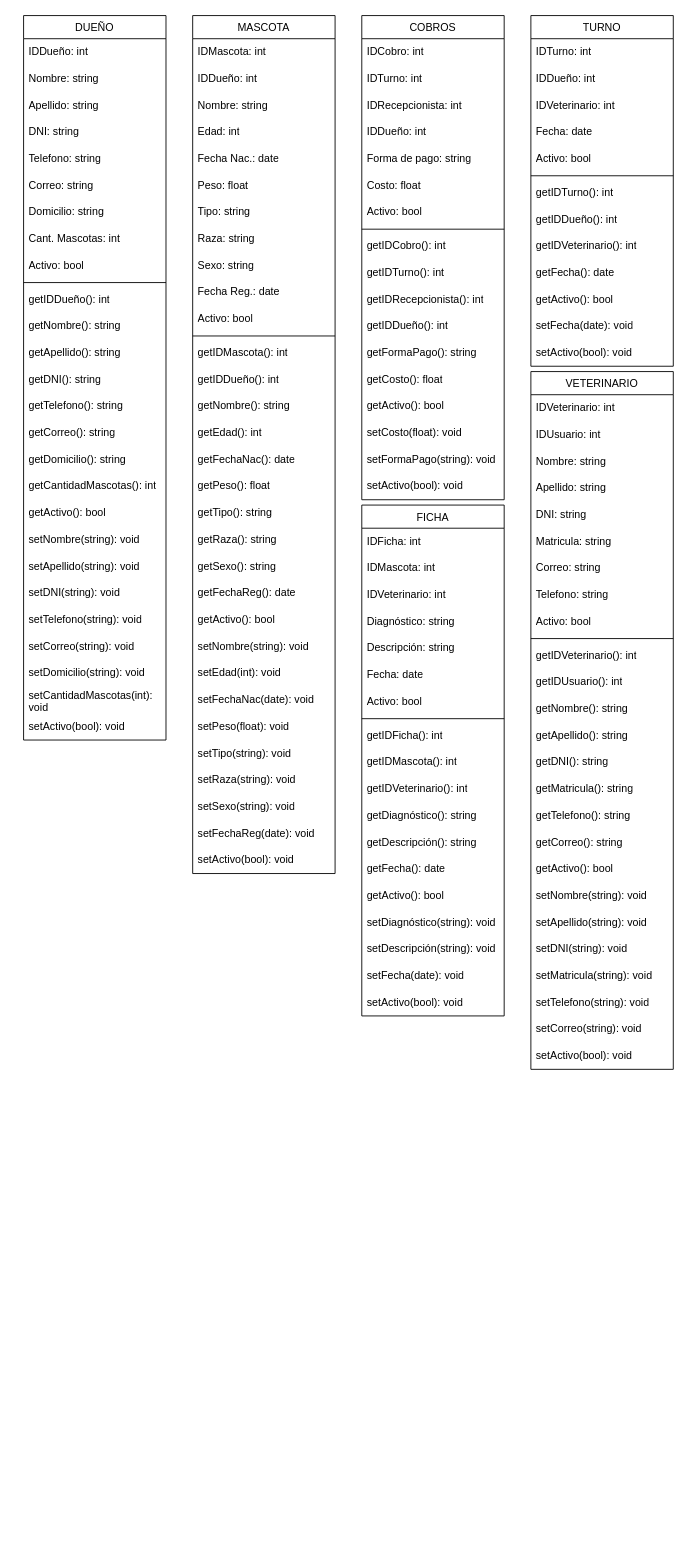
Agustinrodriguez2503/tp-integrador-equipo-7A keeps this draw.io diagram as dominio-tp-integrador-7a.drawio. Above is the earlier version. Source tidied: cells renumbered, new cells numbered last; positions are measured from the earlier drawing's top-left corner, leaving out a move shared by most shapes. Both pictures are drawn from the tidied source at 89%, with x=0, y=0 at pixel (23, 15).
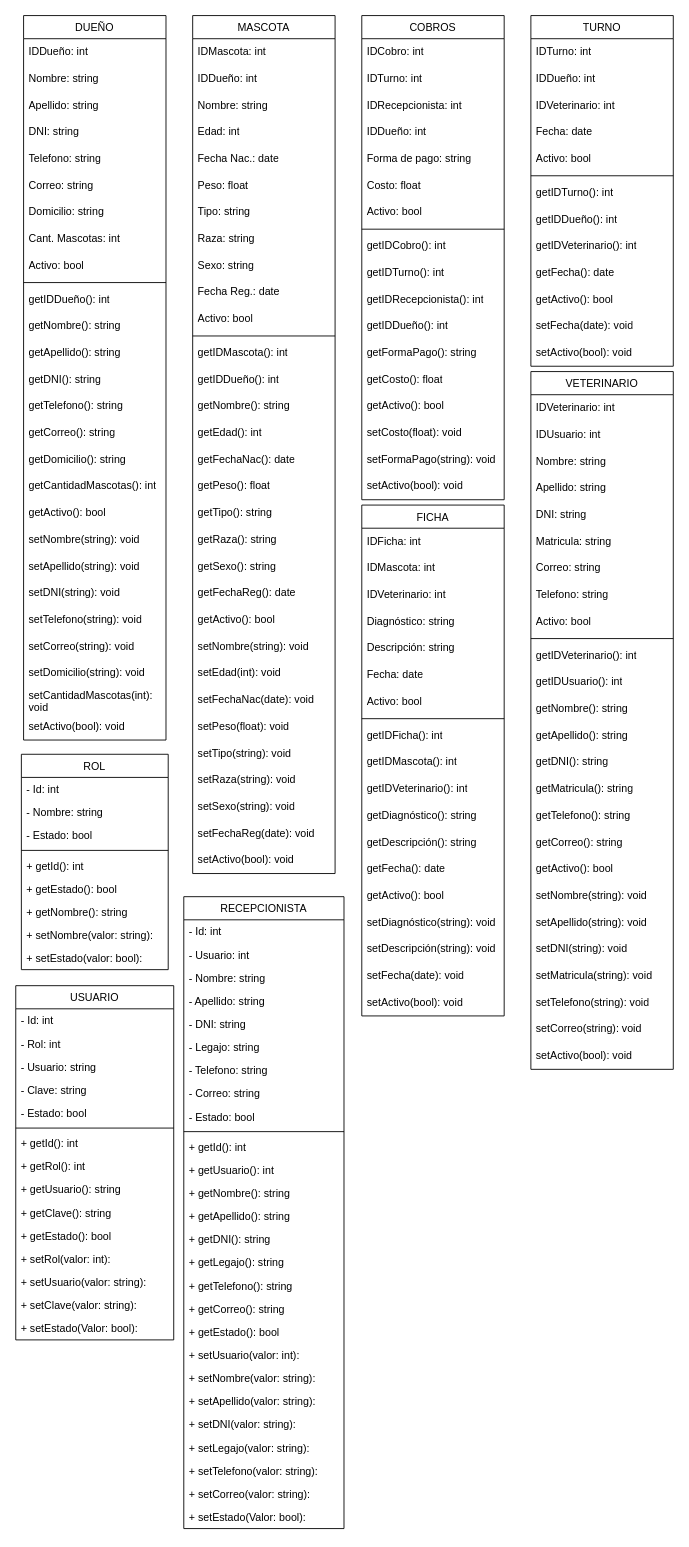
The same page after the edit.

Commit message:
Clase Rol, Usuario y Recepcionista

The edit, as a diff of the source:
```diff
@@
+    <mxCell id="143" value="ROL" style="swimlane;fontStyle=0;align=center;verticalAlign=top;horizontal=1;startSize=26;rounded=0;shadow=0;strokeWidth=1;" parent="1" vertex="1">
+      <mxGeometry x="-2.5" y="830" width="165" height="242" as="geometry" />
+    </mxCell>
+    <mxCell id="144" value="- Id: int" style="text;align=left;verticalAlign=top;spacingLeft=4;spacingRight=4;overflow=hidden;rounded=0;shadow=0;html=0;" parent="143" vertex="1">
+      <mxGeometry y="26" width="165" height="26" as="geometry" />
+    </mxCell>
+    <mxCell id="145" value="- Nombre: string" style="text;align=left;verticalAlign=top;spacingLeft=4;spacingRight=4;overflow=hidden;rounded=0;shadow=0;html=0;" parent="143" vertex="1">
+      <mxGeometry y="52" width="165" height="26" as="geometry" />
+    </mxCell>
+    <mxCell id="146" value="- Estado: bool" style="text;align=left;verticalAlign=top;spacingLeft=4;spacingRight=4;overflow=hidden;rounded=0;shadow=0;html=0;" parent="143" vertex="1">
+      <mxGeometry y="78" width="165" height="26" as="geometry" />
+    </mxCell>
+    <mxCell id="147" style="line;html=1;strokeWidth=1;align=left;verticalAlign=middle;spacingTop=-1;spacingLeft=3;spacingRight=3;labelPosition=right;" parent="143" vertex="1">
+      <mxGeometry y="104" width="165" height="8" as="geometry" />
+    </mxCell>
+    <mxCell id="148" value="+ getId(): int" style="text;align=left;verticalAlign=top;spacingLeft=4;spacingRight=4;overflow=hidden;fontStyle=0;" parent="143" vertex="1">
+      <mxGeometry y="112" width="165" height="26" as="geometry" />
+    </mxCell>
+    <mxCell id="149" value="+ getEstado(): bool" style="text;align=left;verticalAlign=top;spacingLeft=4;spacingRight=4;overflow=hidden;fontStyle=0;" parent="143" vertex="1">
+      <mxGeometry y="138" width="165" height="26" as="geometry" />
+    </mxCell>
+    <mxCell id="150" value="+ getNombre(): string" style="text;align=left;verticalAlign=top;spacingLeft=4;spacingRight=4;overflow=hidden;" parent="143" vertex="1">
+      <mxGeometry y="164" width="165" height="26" as="geometry" />
+    </mxCell>
+    <mxCell id="151" value="+ setNombre(valor: string): " style="text;align=left;verticalAlign=top;spacingLeft=4;spacingRight=4;overflow=hidden;" parent="143" vertex="1">
+      <mxGeometry y="190" width="165" height="26" as="geometry" />
+    </mxCell>
+    <mxCell id="152" value="+ setEstado(valor: bool):" style="text;align=left;verticalAlign=top;spacingLeft=4;spacingRight=4;overflow=hidden;" parent="143" vertex="1">
+      <mxGeometry y="216" width="165" height="26" as="geometry" />
+    </mxCell>
+    <mxCell id="153" value="USUARIO" style="swimlane;fontStyle=0;align=center;verticalAlign=top;horizontal=1;startSize=26;rounded=0;shadow=0;strokeWidth=1;" parent="1" vertex="1">
+      <mxGeometry x="-8.8" y="1090" width="177.5" height="398" as="geometry" />
+    </mxCell>
+    <mxCell id="154" value="- Id: int" style="text;align=left;verticalAlign=top;spacingLeft=4;spacingRight=4;overflow=hidden;rounded=0;shadow=0;html=0;" parent="153" vertex="1">
+      <mxGeometry y="26" width="177.5" height="26" as="geometry" />
+    </mxCell>
+    <mxCell id="155" value="- Rol: int" style="text;align=left;verticalAlign=top;spacingLeft=4;spacingRight=4;overflow=hidden;rounded=0;shadow=0;html=0;" parent="153" vertex="1">
+      <mxGeometry y="52" width="177.5" height="26" as="geometry" />
+    </mxCell>
+    <mxCell id="156" value="- Usuario: string" style="text;align=left;verticalAlign=top;spacingLeft=4;spacingRight=4;overflow=hidden;rounded=0;shadow=0;html=0;" parent="153" vertex="1">
+      <mxGeometry y="78" width="177.5" height="26" as="geometry" />
+    </mxCell>
+    <mxCell id="157" value="- Clave: string" style="text;align=left;verticalAlign=top;spacingLeft=4;spacingRight=4;overflow=hidden;rounded=0;shadow=0;html=0;" parent="153" vertex="1">
+      <mxGeometry y="104" width="177.5" height="26" as="geometry" />
+    </mxCell>
+    <mxCell id="158" value="- Estado: bool" style="text;align=left;verticalAlign=top;spacingLeft=4;spacingRight=4;overflow=hidden;rounded=0;shadow=0;html=0;" parent="153" vertex="1">
+      <mxGeometry y="130" width="177.5" height="26" as="geometry" />
+    </mxCell>
+    <mxCell id="159" style="line;html=1;strokeWidth=1;align=left;verticalAlign=middle;spacingTop=-1;spacingLeft=3;spacingRight=3;labelPosition=right;" parent="153" vertex="1">
+      <mxGeometry y="156" width="177.5" height="8" as="geometry" />
+    </mxCell>
+    <mxCell id="160" value="+ getId(): int" style="text;align=left;verticalAlign=top;spacingLeft=4;spacingRight=4;overflow=hidden;fontStyle=0;" parent="153" vertex="1">
+      <mxGeometry y="164" width="177.5" height="26" as="geometry" />
+    </mxCell>
+    <mxCell id="161" value="+ getRol(): int" style="text;align=left;verticalAlign=top;spacingLeft=4;spacingRight=4;overflow=hidden;fontStyle=0;" parent="153" vertex="1">
+      <mxGeometry y="190" width="177.5" height="26" as="geometry" />
+    </mxCell>
+    <mxCell id="162" value="+ getUsuario(): string" style="text;align=left;verticalAlign=top;spacingLeft=4;spacingRight=4;overflow=hidden;" parent="153" vertex="1">
+      <mxGeometry y="216" width="177.5" height="26" as="geometry" />
+    </mxCell>
+    <mxCell id="163" value="+ getClave(): string" style="text;align=left;verticalAlign=top;spacingLeft=4;spacingRight=4;overflow=hidden;" parent="153" vertex="1">
+      <mxGeometry y="242" width="177.5" height="26" as="geometry" />
+    </mxCell>
+    <mxCell id="164" value="+ getEstado(): bool" style="text;align=left;verticalAlign=top;spacingLeft=4;spacingRight=4;overflow=hidden;fontStyle=0;" parent="153" vertex="1">
+      <mxGeometry y="268" width="177.5" height="26" as="geometry" />
+    </mxCell>
+    <mxCell id="165" value="+ setRol(valor: int):" style="text;align=left;verticalAlign=top;spacingLeft=4;spacingRight=4;overflow=hidden;" parent="153" vertex="1">
+      <mxGeometry y="294" width="177.5" height="26" as="geometry" />
+    </mxCell>
+    <mxCell id="166" value="+ setUsuario(valor: string): " style="text;align=left;verticalAlign=top;spacingLeft=4;spacingRight=4;overflow=hidden;" parent="153" vertex="1">
+      <mxGeometry y="320" width="177.5" height="26" as="geometry" />
+    </mxCell>
+    <mxCell id="167" value="+ setClave(valor: string):" style="text;align=left;verticalAlign=top;spacingLeft=4;spacingRight=4;overflow=hidden;" parent="153" vertex="1">
+      <mxGeometry y="346" width="177.5" height="26" as="geometry" />
+    </mxCell>
+    <mxCell id="168" value="+ setEstado(Valor: bool):" style="text;align=left;verticalAlign=top;spacingLeft=4;spacingRight=4;overflow=hidden;" parent="153" vertex="1">
+      <mxGeometry y="372" width="177.5" height="26" as="geometry" />
+    </mxCell>
+    <mxCell id="169" value="RECEPCIONISTA" style="swimlane;fontStyle=0;align=center;verticalAlign=top;horizontal=1;startSize=26;rounded=0;shadow=0;strokeWidth=1;" parent="1" vertex="1">
+      <mxGeometry x="180" y="990" width="180" height="710" as="geometry" />
+    </mxCell>
+    <mxCell id="170" value="- Id: int" style="text;align=left;verticalAlign=top;spacingLeft=4;spacingRight=4;overflow=hidden;rounded=0;shadow=0;html=0;" parent="169" vertex="1">
+      <mxGeometry y="26" width="180" height="26" as="geometry" />
+    </mxCell>
+    <mxCell id="171" value="- Usuario: int" style="text;align=left;verticalAlign=top;spacingLeft=4;spacingRight=4;overflow=hidden;rounded=0;shadow=0;html=0;" parent="169" vertex="1">
+      <mxGeometry y="52" width="180" height="26" as="geometry" />
+    </mxCell>
+    <mxCell id="172" value="- Nombre: string" style="text;align=left;verticalAlign=top;spacingLeft=4;spacingRight=4;overflow=hidden;rounded=0;shadow=0;html=0;" parent="169" vertex="1">
+      <mxGeometry y="78" width="180" height="26" as="geometry" />
+    </mxCell>
+    <mxCell id="173" value="- Apellido: string" style="text;align=left;verticalAlign=top;spacingLeft=4;spacingRight=4;overflow=hidden;rounded=0;shadow=0;html=0;" parent="169" vertex="1">
+      <mxGeometry y="104" width="180" height="26" as="geometry" />
+    </mxCell>
+    <mxCell id="174" value="- DNI: string" style="text;align=left;verticalAlign=top;spacingLeft=4;spacingRight=4;overflow=hidden;rounded=0;shadow=0;html=0;" parent="169" vertex="1">
+      <mxGeometry y="130" width="180" height="26" as="geometry" />
+    </mxCell>
+    <mxCell id="175" value="- Legajo: string" style="text;align=left;verticalAlign=top;spacingLeft=4;spacingRight=4;overflow=hidden;rounded=0;shadow=0;html=0;" parent="169" vertex="1">
+      <mxGeometry y="156" width="180" height="26" as="geometry" />
+    </mxCell>
+    <mxCell id="176" value="- Telefono: string" style="text;align=left;verticalAlign=top;spacingLeft=4;spacingRight=4;overflow=hidden;rounded=0;shadow=0;html=0;" parent="169" vertex="1">
+      <mxGeometry y="182" width="180" height="26" as="geometry" />
+    </mxCell>
+    <mxCell id="177" value="- Correo: string" style="text;align=left;verticalAlign=top;spacingLeft=4;spacingRight=4;overflow=hidden;rounded=0;shadow=0;html=0;" parent="169" vertex="1">
+      <mxGeometry y="208" width="180" height="26" as="geometry" />
+    </mxCell>
+    <mxCell id="178" value="- Estado: bool" style="text;align=left;verticalAlign=top;spacingLeft=4;spacingRight=4;overflow=hidden;rounded=0;shadow=0;html=0;" parent="169" vertex="1">
+      <mxGeometry y="234" width="180" height="26" as="geometry" />
+    </mxCell>
+    <mxCell id="179" style="line;html=1;strokeWidth=1;align=left;verticalAlign=middle;spacingTop=-1;spacingLeft=3;spacingRight=3;labelPosition=right;" parent="169" vertex="1">
+      <mxGeometry y="260" width="180" height="8" as="geometry" />
+    </mxCell>
+    <mxCell id="180" value="+ getId(): int" style="text;align=left;verticalAlign=top;spacingLeft=4;spacingRight=4;overflow=hidden;fontStyle=0;" parent="169" vertex="1">
+      <mxGeometry y="268" width="180" height="26" as="geometry" />
+    </mxCell>
+    <mxCell id="181" value="+ getUsuario(): int" style="text;align=left;verticalAlign=top;spacingLeft=4;spacingRight=4;overflow=hidden;" parent="169" vertex="1">
+      <mxGeometry y="294" width="180" height="26" as="geometry" />
+    </mxCell>
+    <mxCell id="182" value="+ getNombre(): string" style="text;align=left;verticalAlign=top;spacingLeft=4;spacingRight=4;overflow=hidden;fontStyle=0;" parent="169" vertex="1">
+      <mxGeometry y="320" width="180" height="26" as="geometry" />
+    </mxCell>
+    <mxCell id="183" value="+ getApellido(): string" style="text;align=left;verticalAlign=top;spacingLeft=4;spacingRight=4;overflow=hidden;" parent="169" vertex="1">
+      <mxGeometry y="346" width="180" height="26" as="geometry" />
+    </mxCell>
+    <mxCell id="184" value="+ getDNI(): string" style="text;align=left;verticalAlign=top;spacingLeft=4;spacingRight=4;overflow=hidden;" parent="169" vertex="1">
+      <mxGeometry y="372" width="180" height="26" as="geometry" />
+    </mxCell>
+    <mxCell id="185" value="+ getLegajo(): string" style="text;align=left;verticalAlign=top;spacingLeft=4;spacingRight=4;overflow=hidden;" parent="169" vertex="1">
+      <mxGeometry y="398" width="180" height="26" as="geometry" />
+    </mxCell>
+    <mxCell id="186" value="+ getTelefono(): string" style="text;align=left;verticalAlign=top;spacingLeft=4;spacingRight=4;overflow=hidden;" parent="169" vertex="1">
+      <mxGeometry y="424" width="180" height="26" as="geometry" />
+    </mxCell>
+    <mxCell id="187" value="+ getCorreo(): string" style="text;align=left;verticalAlign=top;spacingLeft=4;spacingRight=4;overflow=hidden;" parent="169" vertex="1">
+      <mxGeometry y="450" width="180" height="26" as="geometry" />
+    </mxCell>
+    <mxCell id="188" value="+ getEstado(): bool" style="text;align=left;verticalAlign=top;spacingLeft=4;spacingRight=4;overflow=hidden;fontStyle=0;" parent="169" vertex="1">
+      <mxGeometry y="476" width="180" height="26" as="geometry" />
+    </mxCell>
+    <mxCell id="189" value="+ setUsuario(valor: int): " style="text;align=left;verticalAlign=top;spacingLeft=4;spacingRight=4;overflow=hidden;" parent="169" vertex="1">
+      <mxGeometry y="502" width="180" height="26" as="geometry" />
+    </mxCell>
+    <mxCell id="190" value="+ setNombre(valor: string):" style="text;align=left;verticalAlign=top;spacingLeft=4;spacingRight=4;overflow=hidden;" parent="169" vertex="1">
+      <mxGeometry y="528" width="180" height="26" as="geometry" />
+    </mxCell>
+    <mxCell id="191" value="+ setApellido(valor: string):" style="text;align=left;verticalAlign=top;spacingLeft=4;spacingRight=4;overflow=hidden;" parent="169" vertex="1">
+      <mxGeometry y="554" width="180" height="26" as="geometry" />
+    </mxCell>
+    <mxCell id="192" value="+ setDNI(valor: string):" style="text;align=left;verticalAlign=top;spacingLeft=4;spacingRight=4;overflow=hidden;" parent="169" vertex="1">
+      <mxGeometry y="580" width="180" height="26" as="geometry" />
+    </mxCell>
+    <mxCell id="193" value="+ setLegajo(valor: string):" style="text;align=left;verticalAlign=top;spacingLeft=4;spacingRight=4;overflow=hidden;" parent="169" vertex="1">
+      <mxGeometry y="606" width="180" height="26" as="geometry" />
+    </mxCell>
+    <mxCell id="194" value="+ setTelefono(valor: string):" style="text;align=left;verticalAlign=top;spacingLeft=4;spacingRight=4;overflow=hidden;" parent="169" vertex="1">
+      <mxGeometry y="632" width="180" height="26" as="geometry" />
+    </mxCell>
+    <mxCell id="195" value="+ setCorreo(valor: string):" style="text;align=left;verticalAlign=top;spacingLeft=4;spacingRight=4;overflow=hidden;" parent="169" vertex="1">
+      <mxGeometry y="658" width="180" height="26" as="geometry" />
+    </mxCell>
+    <mxCell id="196" value="+ setEstado(Valor: bool):" style="text;align=left;verticalAlign=top;spacingLeft=4;spacingRight=4;overflow=hidden;" parent="169" vertex="1">
+      <mxGeometry y="684" width="180" height="26" as="geometry" />
+    </mxCell>
```
